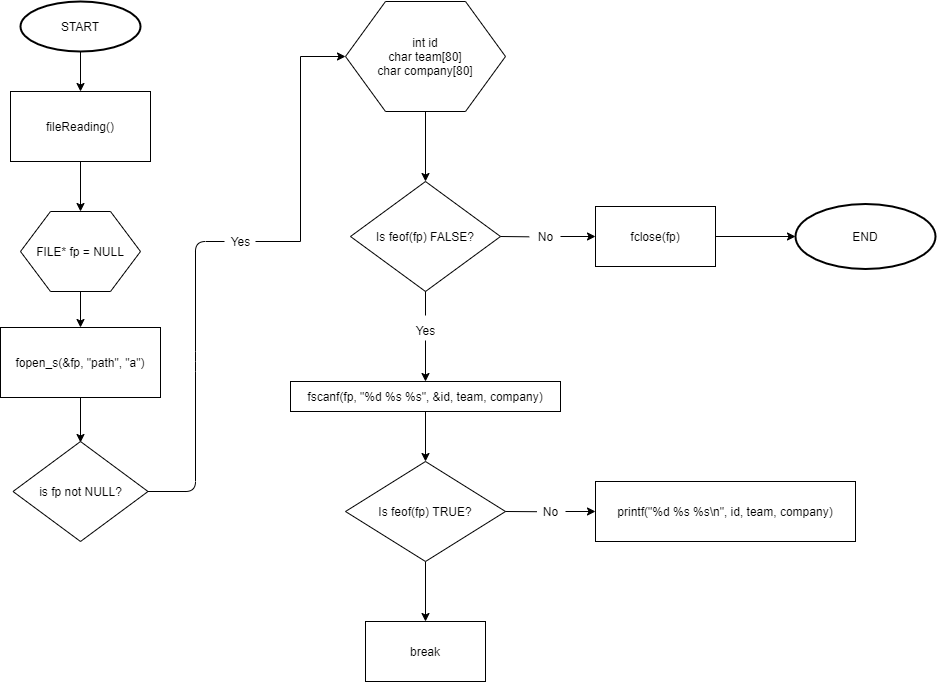
Above: TeamProject_20200518/image/FC_fileReading.png in ksa-banana/C_Programming (draw.io), before the change. Source tidied: cells renumbered, new cells last; positions are measured from the earlier drawing's top-left corner, leaving out a move shared by most shapes. Source of this version:
```xml
<mxGraphModel>
  <root>
    <mxCell id="0" />
    <mxCell id="1" parent="0" />
    <mxCell id="2" style="edgeStyle=orthogonalEdgeStyle;rounded=0;jettySize=auto;html=1;entryX=0.5;entryY=0;entryDx=0;entryDy=0;" parent="1" edge="1" source="3">
      <mxGeometry relative="1" as="geometry">
        <mxPoint x="80" y="90" as="targetPoint" />
      </mxGeometry>
    </mxCell>
    <mxCell id="3" value="START" style="strokeWidth=2;html=1;shape=mxgraph.flowchart.start_1;whiteSpace=wrap;" parent="1" vertex="1">
      <mxGeometry x="20" width="120" height="50" as="geometry" />
    </mxCell>
    <mxCell id="4" style="edgeStyle=orthogonalEdgeStyle;rounded=0;jettySize=auto;html=1;" parent="1" edge="1" source="5">
      <mxGeometry relative="1" as="geometry">
        <mxPoint x="80" y="210" as="targetPoint" />
      </mxGeometry>
    </mxCell>
    <mxCell id="5" value="fileReading()" style="rounded=0;whiteSpace=wrap;html=1;" parent="1" vertex="1">
      <mxGeometry x="10" y="90" width="140" height="70" as="geometry" />
    </mxCell>
    <mxCell id="6" style="edgeStyle=orthogonalEdgeStyle;rounded=0;jettySize=auto;html=1;" parent="1" edge="1" target="8">
      <mxGeometry relative="1" as="geometry">
        <mxPoint x="80" y="280" as="sourcePoint" />
      </mxGeometry>
    </mxCell>
    <mxCell id="7" style="edgeStyle=orthogonalEdgeStyle;rounded=0;jettySize=auto;html=1;" parent="1" edge="1" source="8">
      <mxGeometry relative="1" as="geometry">
        <mxPoint x="80" y="441" as="targetPoint" />
      </mxGeometry>
    </mxCell>
    <mxCell id="8" value="fopen_s(&amp;amp;fp, &quot;path&quot;, &quot;a&quot;)" style="rounded=0;whiteSpace=wrap;html=1;" parent="1" vertex="1">
      <mxGeometry y="326" width="160" height="70" as="geometry" />
    </mxCell>
    <mxCell id="9" style="endArrow=none;html=1;entryX=0.5;entryY=1;entryDx=0;entryDy=0;exitX=0.484;exitY=-0.129;exitDx=0;exitDy=0;exitPerimeter=0;" parent="1" edge="1">
      <mxGeometry relative="1" as="geometry">
        <mxPoint x="79.5" y="537.4" as="sourcePoint" />
        <mxPoint x="80" y="511" as="targetPoint" />
      </mxGeometry>
    </mxCell>
    <mxCell id="10" value="&lt;span&gt;is fp not NULL?&lt;/span&gt;" style="rhombus;whiteSpace=wrap;html=1;" parent="1" vertex="1">
      <mxGeometry x="12.5" y="440" width="135" height="100" as="geometry" />
    </mxCell>
    <mxCell id="11" value="&lt;span&gt;FILE* fp = NULL&lt;/span&gt;" style="shape=hexagon;perimeter=hexagonPerimeter2;whiteSpace=wrap;html=1;" parent="1" vertex="1">
      <mxGeometry x="20" y="210" width="120" height="80" as="geometry" />
    </mxCell>
    <mxCell id="12" style="edgeStyle=orthogonalEdgeStyle;rounded=0;jettySize=auto;html=1;entryX=0.5;entryY=0;entryDx=0;entryDy=0;" parent="1" edge="1" source="13" target="17">
      <mxGeometry relative="1" as="geometry" />
    </mxCell>
    <mxCell id="13" value="int id&lt;br&gt;char team[80]&lt;br&gt;char company[80]" style="shape=hexagon;perimeter=hexagonPerimeter2;whiteSpace=wrap;html=1;" parent="1" vertex="1">
      <mxGeometry x="345" width="160" height="110" as="geometry" />
    </mxCell>
    <mxCell id="14" style="edgeStyle=orthogonalEdgeStyle;rounded=0;jettySize=auto;html=1;entryX=0;entryY=0.5;entryDx=0;entryDy=0;" parent="1" edge="1" source="15" target="13">
      <mxGeometry relative="1" as="geometry" />
    </mxCell>
    <mxCell id="15" value="Yes" style="text;html=1;align=center;verticalAlign=middle;points=[];" parent="1" vertex="1">
      <mxGeometry x="225" y="230" width="30" height="20" as="geometry" />
    </mxCell>
    <mxCell id="16" style="endArrow=none;html=1;exitX=1;exitY=0.5;exitDx=0;exitDy=0;" parent="1" edge="1" source="10">
      <mxGeometry relative="1" as="geometry">
        <mxPoint x="224" y="240" as="targetPoint" />
        <Array as="points">
          <mxPoint x="195" y="490" />
          <mxPoint x="195" y="360" />
          <mxPoint x="195" y="240" />
        </Array>
      </mxGeometry>
    </mxCell>
    <mxCell id="17" value="Is feof(fp) FALSE?" style="rhombus;whiteSpace=wrap;html=1;" parent="1" vertex="1">
      <mxGeometry x="350" y="180" width="150" height="110" as="geometry" />
    </mxCell>
    <mxCell id="18" style="edgeStyle=orthogonalEdgeStyle;rounded=0;jettySize=auto;html=1;entryX=0.5;entryY=0;entryDx=0;entryDy=0;" parent="1" edge="1" source="19" target="21">
      <mxGeometry relative="1" as="geometry" />
    </mxCell>
    <mxCell id="19" value="Yes" style="text;html=1;align=center;verticalAlign=middle;points=[];" parent="1" vertex="1">
      <mxGeometry x="410" y="319" width="30" height="20" as="geometry" />
    </mxCell>
    <mxCell id="20" style="edgeStyle=orthogonalEdgeStyle;rounded=0;jettySize=auto;html=1;" parent="1" edge="1" source="21" target="24">
      <mxGeometry relative="1" as="geometry" />
    </mxCell>
    <mxCell id="21" value="fscanf(fp, &quot;%d %s %s&quot;, &amp;amp;id, team, company)" style="rounded=0;whiteSpace=wrap;html=1;" parent="1" vertex="1">
      <mxGeometry x="290" y="380" width="270" height="30" as="geometry" />
    </mxCell>
    <mxCell id="22" style="endArrow=none;html=1;entryX=0.5;entryY=1;entryDx=0;entryDy=0;" parent="1" edge="1" target="17">
      <mxGeometry relative="1" as="geometry">
        <mxPoint x="425" y="314" as="sourcePoint" />
      </mxGeometry>
    </mxCell>
    <mxCell id="23" style="edgeStyle=orthogonalEdgeStyle;rounded=0;jettySize=auto;html=1;" parent="1" edge="1" source="24" target="25">
      <mxGeometry relative="1" as="geometry" />
    </mxCell>
    <mxCell id="24" value="Is feof(fp) TRUE?" style="rhombus;whiteSpace=wrap;html=1;" parent="1" vertex="1">
      <mxGeometry x="345" y="460" width="160" height="100" as="geometry" />
    </mxCell>
    <mxCell id="25" value="break" style="rounded=0;whiteSpace=wrap;html=1;" parent="1" vertex="1">
      <mxGeometry x="365" y="620" width="120" height="60" as="geometry" />
    </mxCell>
    <mxCell id="26" value="printf(&quot;%d %s %s\n&quot;, id, team, company)" style="rounded=0;whiteSpace=wrap;html=1;" parent="1" vertex="1">
      <mxGeometry x="595" y="480" width="260" height="60" as="geometry" />
    </mxCell>
    <mxCell id="27" style="edgeStyle=orthogonalEdgeStyle;rounded=0;jettySize=auto;html=1;" parent="1" edge="1" source="28" target="26">
      <mxGeometry relative="1" as="geometry" />
    </mxCell>
    <mxCell id="28" value="No" style="text;html=1;align=center;verticalAlign=middle;points=[];" parent="1" vertex="1">
      <mxGeometry x="535" y="500" width="30" height="20" as="geometry" />
    </mxCell>
    <mxCell id="29" style="endArrow=none;html=1;exitX=1;exitY=0.5;exitDx=0;exitDy=0;entryX=0.046;entryY=0.51;entryDx=0;entryDy=0;entryPerimeter=0;" parent="1" edge="1" source="24" target="28">
      <mxGeometry relative="1" as="geometry" />
    </mxCell>
    <mxCell id="30" style="edgeStyle=orthogonalEdgeStyle;rounded=0;jettySize=auto;html=1;" parent="1" edge="1" source="31" target="35">
      <mxGeometry relative="1" as="geometry" />
    </mxCell>
    <mxCell id="31" value="fclose(fp)" style="rounded=0;whiteSpace=wrap;html=1;" parent="1" vertex="1">
      <mxGeometry x="595" y="205" width="120" height="60" as="geometry" />
    </mxCell>
    <mxCell id="32" style="edgeStyle=orthogonalEdgeStyle;rounded=0;jettySize=auto;html=1;" parent="1" edge="1" source="33" target="31">
      <mxGeometry relative="1" as="geometry" />
    </mxCell>
    <mxCell id="33" value="No" style="text;html=1;align=center;verticalAlign=middle;points=[];" parent="1" vertex="1">
      <mxGeometry x="530" y="225" width="30" height="20" as="geometry" />
    </mxCell>
    <mxCell id="34" style="endArrow=none;html=1;exitX=1;exitY=0.5;exitDx=0;exitDy=0;entryX=-0.043;entryY=0.516;entryDx=0;entryDy=0;entryPerimeter=0;" parent="1" edge="1" source="17" target="33">
      <mxGeometry relative="1" as="geometry" />
    </mxCell>
    <mxCell id="35" value="END" style="strokeWidth=2;html=1;shape=mxgraph.flowchart.start_1;whiteSpace=wrap;" parent="1" vertex="1">
      <mxGeometry x="795" y="202.5" width="140" height="65" as="geometry" />
    </mxCell>
  </root>
</mxGraphModel>
```
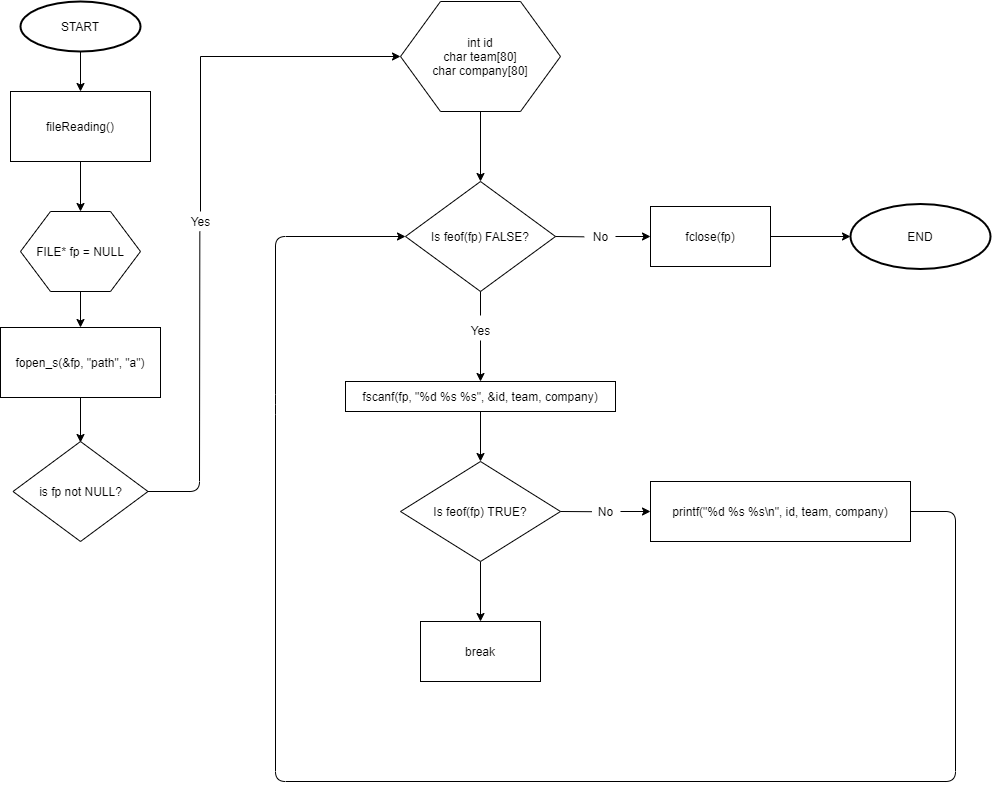
After the commit.

Change to the diagram source:
```diff
@@ -4,44 +4,44 @@
     <mxCell id="1" parent="0" />
     <mxCell id="2" style="edgeStyle=orthogonalEdgeStyle;rounded=0;jettySize=auto;html=1;entryX=0.5;entryY=0;entryDx=0;entryDy=0;" parent="1" edge="1" source="3">
       <mxGeometry relative="1" as="geometry">
-        <mxPoint x="80" y="90" as="targetPoint" />
+        <mxPoint x="25" y="90" as="targetPoint" />
       </mxGeometry>
     </mxCell>
     <mxCell id="3" value="START" style="strokeWidth=2;html=1;shape=mxgraph.flowchart.start_1;whiteSpace=wrap;" parent="1" vertex="1">
-      <mxGeometry x="20" width="120" height="50" as="geometry" />
+      <mxGeometry x="-35" width="120" height="50" as="geometry" />
     </mxCell>
     <mxCell id="4" style="edgeStyle=orthogonalEdgeStyle;rounded=0;jettySize=auto;html=1;" parent="1" edge="1" source="5">
       <mxGeometry relative="1" as="geometry">
-        <mxPoint x="80" y="210" as="targetPoint" />
+        <mxPoint x="25" y="210" as="targetPoint" />
       </mxGeometry>
     </mxCell>
     <mxCell id="5" value="fileReading()" style="rounded=0;whiteSpace=wrap;html=1;" parent="1" vertex="1">
-      <mxGeometry x="10" y="90" width="140" height="70" as="geometry" />
+      <mxGeometry x="-45" y="90" width="140" height="70" as="geometry" />
     </mxCell>
     <mxCell id="6" style="edgeStyle=orthogonalEdgeStyle;rounded=0;jettySize=auto;html=1;" parent="1" edge="1" target="8">
       <mxGeometry relative="1" as="geometry">
-        <mxPoint x="80" y="280" as="sourcePoint" />
+        <mxPoint x="25" y="280" as="sourcePoint" />
       </mxGeometry>
     </mxCell>
     <mxCell id="7" style="edgeStyle=orthogonalEdgeStyle;rounded=0;jettySize=auto;html=1;" parent="1" edge="1" source="8">
       <mxGeometry relative="1" as="geometry">
-        <mxPoint x="80" y="441" as="targetPoint" />
+        <mxPoint x="25" y="441" as="targetPoint" />
       </mxGeometry>
     </mxCell>
     <mxCell id="8" value="fopen_s(&amp;amp;fp, &quot;path&quot;, &quot;a&quot;)" style="rounded=0;whiteSpace=wrap;html=1;" parent="1" vertex="1">
-      <mxGeometry y="326" width="160" height="70" as="geometry" />
+      <mxGeometry x="-55" y="326" width="160" height="70" as="geometry" />
     </mxCell>
     <mxCell id="9" style="endArrow=none;html=1;entryX=0.5;entryY=1;entryDx=0;entryDy=0;exitX=0.484;exitY=-0.129;exitDx=0;exitDy=0;exitPerimeter=0;" parent="1" edge="1">
       <mxGeometry relative="1" as="geometry">
-        <mxPoint x="79.5" y="537.4" as="sourcePoint" />
-        <mxPoint x="80" y="511" as="targetPoint" />
+        <mxPoint x="24.5" y="537.4" as="sourcePoint" />
+        <mxPoint x="25" y="511" as="targetPoint" />
       </mxGeometry>
     </mxCell>
     <mxCell id="10" value="&lt;span&gt;is fp not NULL?&lt;/span&gt;" style="rhombus;whiteSpace=wrap;html=1;" parent="1" vertex="1">
-      <mxGeometry x="12.5" y="440" width="135" height="100" as="geometry" />
+      <mxGeometry x="-42.5" y="440" width="135" height="100" as="geometry" />
     </mxCell>
     <mxCell id="11" value="&lt;span&gt;FILE* fp = NULL&lt;/span&gt;" style="shape=hexagon;perimeter=hexagonPerimeter2;whiteSpace=wrap;html=1;" parent="1" vertex="1">
-      <mxGeometry x="20" y="210" width="120" height="80" as="geometry" />
+      <mxGeometry x="-35" y="210" width="120" height="80" as="geometry" />
     </mxCell>
     <mxCell id="12" style="edgeStyle=orthogonalEdgeStyle;rounded=0;jettySize=auto;html=1;entryX=0.5;entryY=0;entryDx=0;entryDy=0;" parent="1" edge="1" source="13" target="17">
       <mxGeometry relative="1" as="geometry" />
@@ -50,21 +50,15 @@
       <mxGeometry x="345" width="160" height="110" as="geometry" />
     </mxCell>
     <mxCell id="14" style="edgeStyle=orthogonalEdgeStyle;rounded=0;jettySize=auto;html=1;entryX=0;entryY=0.5;entryDx=0;entryDy=0;" parent="1" edge="1" source="15" target="13">
-      <mxGeometry relative="1" as="geometry" />
+      <mxGeometry relative="1" as="geometry">
+        <Array as="points">
+          <mxPoint x="145" y="55" />
+        </Array>
+      </mxGeometry>
     </mxCell>
     <mxCell id="15" value="Yes" style="text;html=1;align=center;verticalAlign=middle;points=[];" parent="1" vertex="1">
-      <mxGeometry x="225" y="230" width="30" height="20" as="geometry" />
+      <mxGeometry x="130" y="210" width="30" height="20" as="geometry" />
     </mxCell>
-    <mxCell id="16" style="endArrow=none;html=1;exitX=1;exitY=0.5;exitDx=0;exitDy=0;" parent="1" edge="1" source="10">
-      <mxGeometry relative="1" as="geometry">
-        <mxPoint x="224" y="240" as="targetPoint" />
-        <Array as="points">
-          <mxPoint x="195" y="490" />
-          <mxPoint x="195" y="360" />
-          <mxPoint x="195" y="240" />
-        </Array>
-      </mxGeometry>
-    </mxCell>
     <mxCell id="17" value="Is feof(fp) FALSE?" style="rhombus;whiteSpace=wrap;html=1;" parent="1" vertex="1">
       <mxGeometry x="350" y="180" width="150" height="110" as="geometry" />
     </mxCell>
@@ -124,5 +118,23 @@
     <mxCell id="35" value="END" style="strokeWidth=2;html=1;shape=mxgraph.flowchart.start_1;whiteSpace=wrap;" parent="1" vertex="1">
       <mxGeometry x="795" y="202.5" width="140" height="65" as="geometry" />
     </mxCell>
+    <mxCell id="36" style="endArrow=none;html=1;exitX=1;exitY=0.5;exitDx=0;exitDy=0;entryX=0.478;entryY=1;entryDx=0;entryDy=0;entryPerimeter=0;" parent="1" edge="1" source="10" target="15">
+      <mxGeometry relative="1" as="geometry">
+        <Array as="points">
+          <mxPoint x="144" y="490" />
+        </Array>
+      </mxGeometry>
+    </mxCell>
+    <mxCell id="37" style="endArrow=classic;html=1;exitX=1;exitY=0.5;exitDx=0;exitDy=0;entryX=0;entryY=0.5;entryDx=0;entryDy=0;" parent="1" edge="1" source="26" target="17">
+      <mxGeometry relative="1" as="geometry">
+        <Array as="points">
+          <mxPoint x="900" y="510" />
+          <mxPoint x="900" y="780" />
+          <mxPoint x="220" y="780" />
+          <mxPoint x="220" y="403" />
+          <mxPoint x="220" y="235" />
+        </Array>
+      </mxGeometry>
+    </mxCell>
   </root>
 </mxGraphModel>
```
